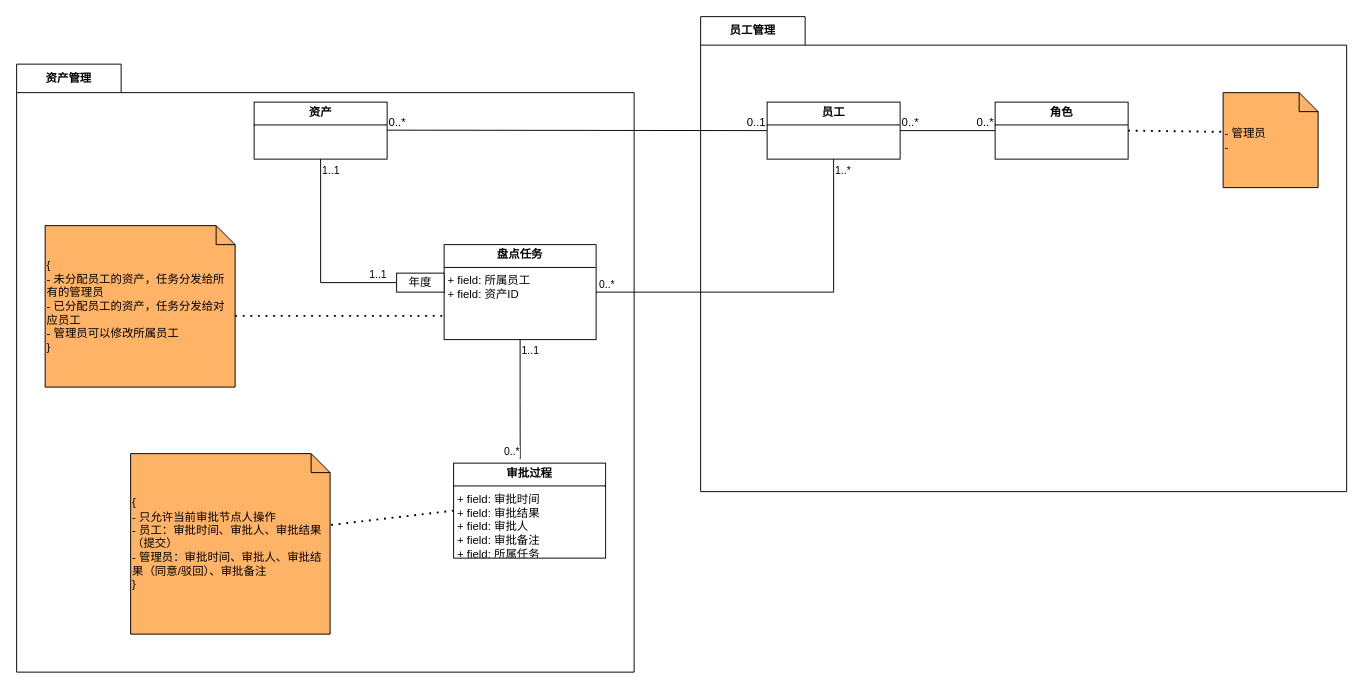
Before: page "第 1 页" (1 of 2) of 未命名绘图.drawio in wangxiaochuang/drawio, a draw.io diagram. Source tidied: cells renumbered, new cells numbered last; positions are measured from the earlier drawing's top-left corner, leaving out a move shared by most shapes. Both pictures are drawn from the tidied source at 95%, with x=0, y=0 at pixel (16, 16).
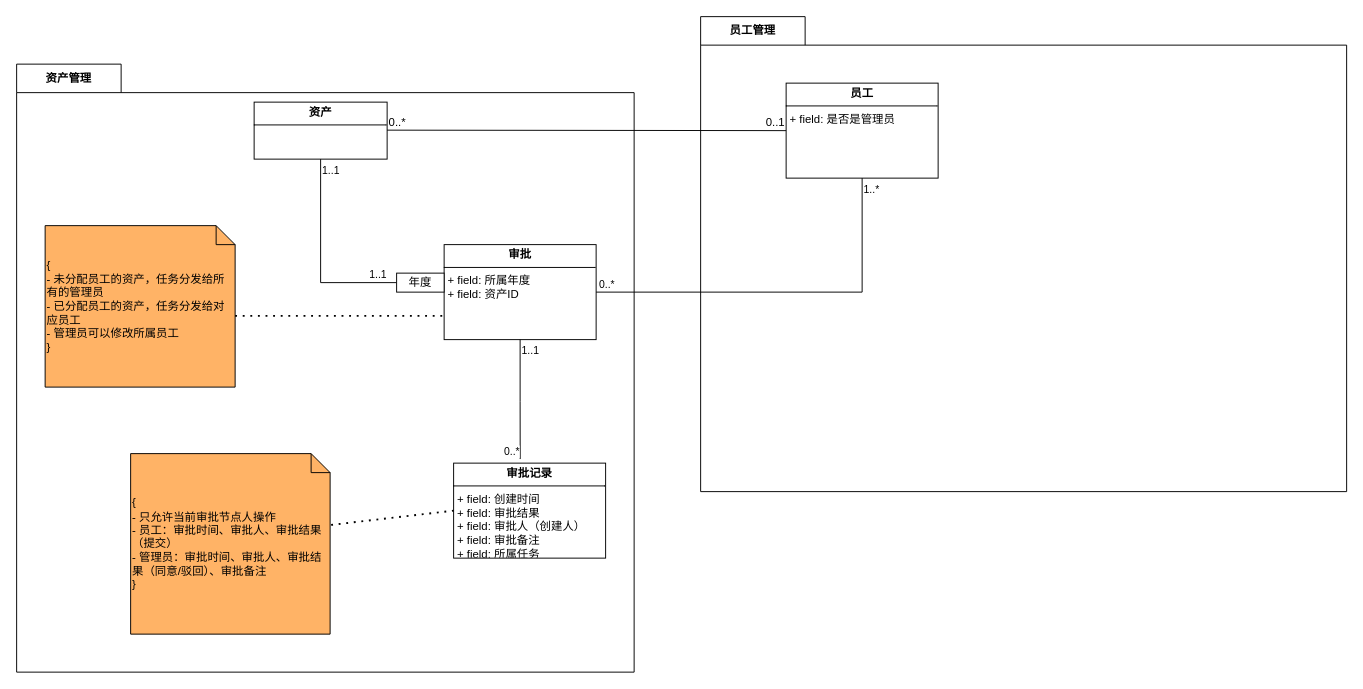
The same diagram, later.

Commit message:
更新未命名绘图.drawio

Unchanged cells that the change refers to:
```xml
<mxCell id="2" value="员工管理" style="shape=folder;fontStyle=1;tabWidth=110;tabHeight=30;tabPosition=left;html=1;boundedLbl=1;labelInHeader=1;whiteSpace=wrap;" parent="1" vertex="1">
  <mxGeometry x="720" width="680" height="500" as="geometry" />
</mxCell>
```

Diff of the diagram source:
```diff
@@
-    <mxCell id="4" value="- 管理员&lt;div&gt;-&amp;nbsp;&lt;/div&gt;" style="shape=note;size=20;whiteSpace=wrap;html=1;align=left;fillColor=#FFB366;" parent="2" vertex="1">
-      <mxGeometry x="550" y="80" width="100" height="100" as="geometry" />
-    </mxCell>
+    <mxCell id="33" value="&lt;p style=&quot;text-align: center; margin: 4px 0px 0px;&quot;&gt;&lt;span style=&quot;background-color: initial; text-align: left;&quot;&gt;&lt;b&gt;员工&lt;/b&gt;&lt;/span&gt;&lt;/p&gt;&lt;hr size=&quot;1&quot; style=&quot;border-style:solid;&quot;&gt;&lt;p style=&quot;margin:0px;margin-left:4px;&quot;&gt;&lt;span style=&quot;background-color: initial;&quot;&gt;+ field: 是否是管理员&lt;/span&gt;&lt;/p&gt;" style="verticalAlign=top;align=left;overflow=fill;html=1;whiteSpace=wrap;" parent="2" vertex="1">
+      <mxGeometry x="90" y="70" width="160" height="100" as="geometry" />
+    </mxCell>
@@
-    <mxCell id="8" value="&lt;p style=&quot;margin:0px;margin-top:4px;text-align:center;&quot;&gt;&lt;b&gt;员工&lt;/b&gt;&lt;/p&gt;&lt;hr size=&quot;1&quot; style=&quot;border-style:solid;&quot;&gt;&lt;div style=&quot;height:2px;&quot;&gt;&lt;/div&gt;" style="verticalAlign=top;align=left;overflow=fill;html=1;whiteSpace=wrap;" parent="1" vertex="1">
-      <mxGeometry x="790" y="90" width="140" height="60" as="geometry" />
-    </mxCell>
-    <mxCell id="9" style="endArrow=none;html=1;rounded=0;entryX=0;entryY=0.5;entryDx=0;entryDy=0;" parent="1" edge="1" target="8">
+    <mxCell id="9" style="endArrow=none;html=1;rounded=0;entryX=0;entryY=0.5;entryDx=0;entryDy=0;" parent="1" edge="1" target="33">
       <mxGeometry relative="1" as="geometry">
         <mxPoint x="390" y="119.5" as="sourcePoint" />
       </mxGeometry>
     </mxCell>
@@
-    <mxCell id="12" value="&lt;p style=&quot;margin:0px;margin-top:4px;text-align:center;&quot;&gt;&lt;b&gt;盘点任务&lt;/b&gt;&lt;/p&gt;&lt;hr size=&quot;1&quot; style=&quot;border-style:solid;&quot;&gt;&lt;p style=&quot;margin:0px;margin-left:4px;&quot;&gt;&lt;span style=&quot;background-color: initial;&quot;&gt;+ field: 所属员工&lt;/span&gt;&lt;br&gt;&lt;/p&gt;&lt;p style=&quot;margin:0px;margin-left:4px;&quot;&gt;+ field: 资产ID&lt;/p&gt;" style="verticalAlign=top;align=left;overflow=fill;html=1;whiteSpace=wrap;" parent="1" vertex="1">
+    <mxCell id="12" value="&lt;p style=&quot;text-align: center; margin: 4px 0px 0px;&quot;&gt;&lt;span style=&quot;background-color: initial; text-align: left;&quot;&gt;&lt;b&gt;审批&lt;/b&gt;&lt;/span&gt;&lt;/p&gt;&lt;hr size=&quot;1&quot; style=&quot;border-style:solid;&quot;&gt;&lt;p style=&quot;margin:0px;margin-left:4px;&quot;&gt;&lt;span style=&quot;background-color: initial;&quot;&gt;+ field: 所属年度&lt;/span&gt;&lt;br&gt;&lt;/p&gt;&lt;p style=&quot;margin:0px;margin-left:4px;&quot;&gt;+ field: 资产ID&lt;/p&gt;" style="verticalAlign=top;align=left;overflow=fill;html=1;whiteSpace=wrap;" parent="1" vertex="1">
       <mxGeometry x="450" y="240" width="160" height="100" as="geometry" />
     </mxCell>
@@
-    <mxCell id="16" value="&lt;p style=&quot;margin:0px;margin-top:4px;text-align:center;&quot;&gt;&lt;b&gt;审批过程&lt;/b&gt;&lt;/p&gt;&lt;hr size=&quot;1&quot; style=&quot;border-style:solid;&quot;&gt;&lt;p style=&quot;margin:0px;margin-left:4px;&quot;&gt;+ field: 审批时间&lt;/p&gt;&lt;p style=&quot;margin:0px;margin-left:4px;&quot;&gt;+ field: 审批结果&lt;/p&gt;&lt;p style=&quot;margin:0px;margin-left:4px;&quot;&gt;+ field: 审批人&lt;/p&gt;&lt;p style=&quot;margin:0px;margin-left:4px;&quot;&gt;+ field: 审批备注&lt;/p&gt;&lt;p style=&quot;margin:0px;margin-left:4px;&quot;&gt;+ field: 所属任务&lt;/p&gt;" style="verticalAlign=top;align=left;overflow=fill;html=1;whiteSpace=wrap;" parent="1" vertex="1">
+    <mxCell id="16" value="&lt;p style=&quot;margin:0px;margin-top:4px;text-align:center;&quot;&gt;&lt;b&gt;审批记录&lt;/b&gt;&lt;/p&gt;&lt;hr size=&quot;1&quot; style=&quot;border-style:solid;&quot;&gt;&lt;p style=&quot;margin:0px;margin-left:4px;&quot;&gt;+ field: 创建时间&lt;/p&gt;&lt;p style=&quot;margin:0px;margin-left:4px;&quot;&gt;+ field: 审批结果&lt;/p&gt;&lt;p style=&quot;margin:0px;margin-left:4px;&quot;&gt;+ field: 审批人（创建人）&lt;/p&gt;&lt;p style=&quot;margin:0px;margin-left:4px;&quot;&gt;+ field: 审批备注&lt;/p&gt;&lt;p style=&quot;margin:0px;margin-left:4px;&quot;&gt;+ field: 所属任务&lt;/p&gt;" style="verticalAlign=top;align=left;overflow=fill;html=1;whiteSpace=wrap;" parent="1" vertex="1">
       <mxGeometry x="460" y="470" width="160" height="100" as="geometry" />
     </mxCell>
@@
-    <mxCell id="23" value="&lt;p style=&quot;margin:0px;margin-top:4px;text-align:center;&quot;&gt;&lt;b&gt;角色&lt;/b&gt;&lt;/p&gt;&lt;hr size=&quot;1&quot; style=&quot;border-style:solid;&quot;&gt;&lt;div style=&quot;height:2px;&quot;&gt;&lt;/div&gt;" style="verticalAlign=top;align=left;overflow=fill;html=1;whiteSpace=wrap;" parent="1" vertex="1">
-      <mxGeometry x="1030" y="90" width="140" height="60" as="geometry" />
-    </mxCell>
-    <mxCell id="24" style="endArrow=none;html=1;rounded=0;entryX=0;entryY=0.5;entryDx=0;entryDy=0;exitX=1;exitY=0.5;exitDx=0;exitDy=0;" parent="1" edge="1" source="8" target="23">
-      <mxGeometry relative="1" as="geometry" />
-    </mxCell>
-    <mxCell id="25" value="0..*" style="html=1;whiteSpace=wrap;align=left;verticalAlign=bottom;" parent="24" vertex="1">
-      <mxGeometry x="-1" relative="1" as="geometry" />
-    </mxCell>
-    <mxCell id="26" value="0..*" style="html=1;whiteSpace=wrap;align=right;verticalAlign=bottom;" parent="24" vertex="1">
-      <mxGeometry x="1" relative="1" as="geometry" />
-    </mxCell>
-    <mxCell id="27" style="endArrow=none;dashed=1;html=1;dashPattern=1 3;strokeWidth=2;rounded=0;exitX=1;exitY=0.5;exitDx=0;exitDy=0;entryX=0.017;entryY=0.413;entryDx=0;entryDy=0;entryPerimeter=0;" parent="1" edge="1" source="23" target="4">
-      <mxGeometry relative="1" as="geometry" />
-    </mxCell>
-    <mxCell id="28" style="endArrow=none;html=1;edgeStyle=orthogonalEdgeStyle;rounded=0;exitX=0.5;exitY=1;exitDx=0;exitDy=0;entryX=1;entryY=0.5;entryDx=0;entryDy=0;" parent="1" edge="1" source="8" target="12">
+    <mxCell id="28" style="endArrow=none;html=1;edgeStyle=orthogonalEdgeStyle;rounded=0;entryX=1;entryY=0.5;entryDx=0;entryDy=0;exitX=0.5;exitY=1;exitDx=0;exitDy=0;" parent="1" edge="1" source="33" target="12">
       <mxGeometry relative="1" as="geometry" />
     </mxCell>
```
